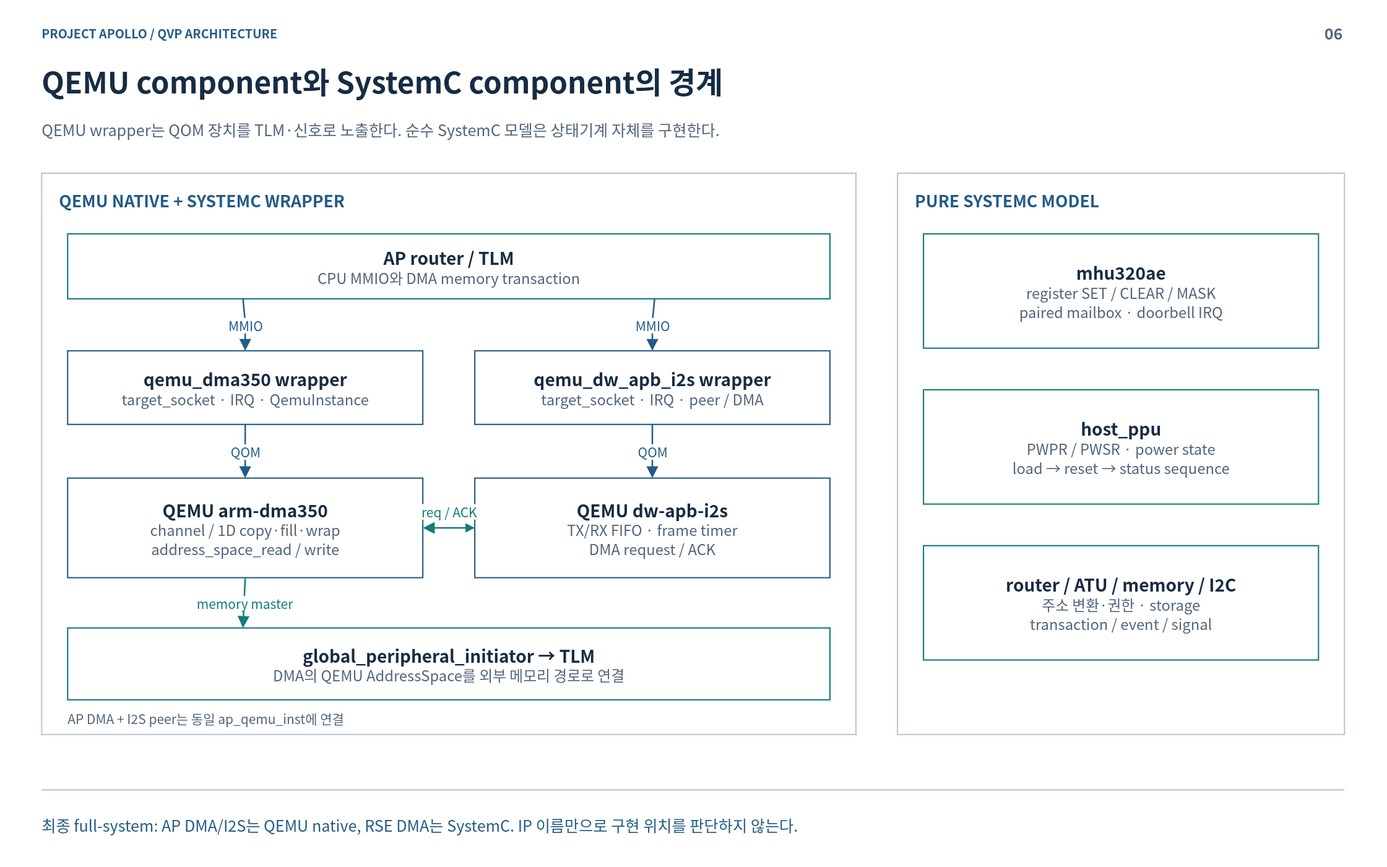
The draw.io diagram doc/phase1/qbox/diagrams/06-model-boundary.drawio.svg in cometzero/project-apollo, before a commit. Source tidied: cells renumbered, new cells last; positions are measured from the earlier drawing's top-left corner, leaving out a move shared by most shapes.
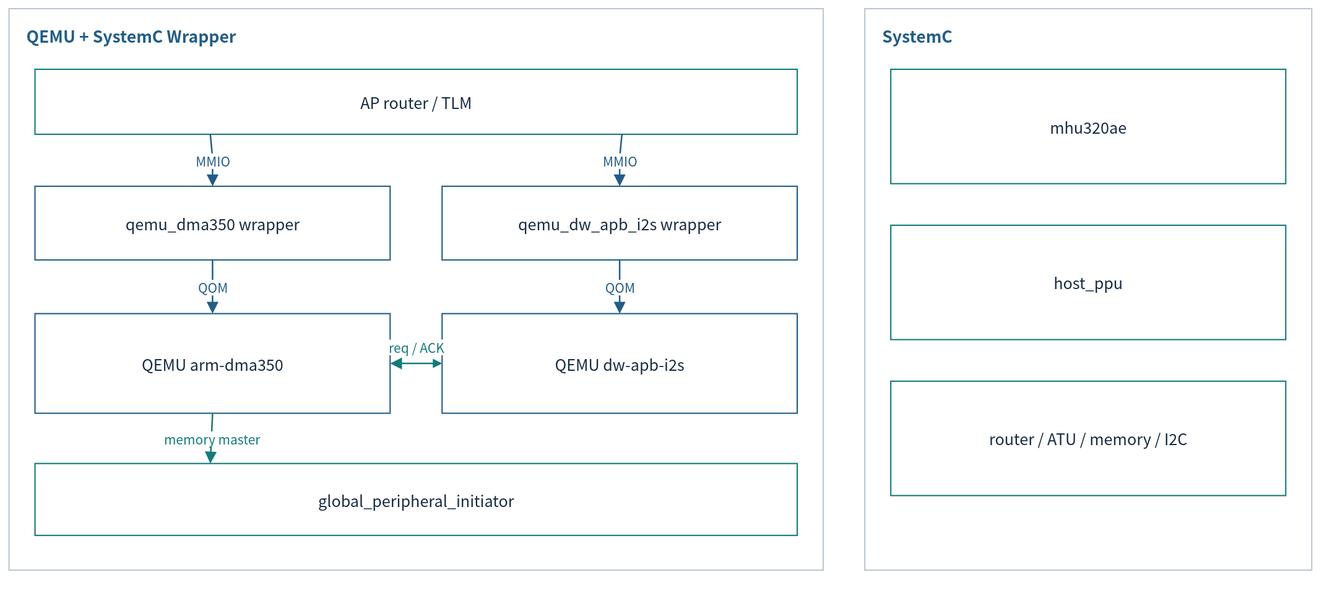
The same diagram one commit later.

What changed in the source:
```diff
@@ -2,55 +2,31 @@
   <root>
     <mxCell id="0" />
     <mxCell id="1" parent="0" />
-    <mxCell id="2" style="rounded=0;whiteSpace=wrap;html=1;fillColor=#FFFFFF;strokeColor=none;strokeWidth=1.5;fontColor=#172C43;fontFamily=Noto Sans CJK KR;fontSize=18;spacing=14;" parent="1" vertex="1">
-      <mxGeometry width="1600" height="1000" as="geometry" />
-    </mxCell>
-    <mxCell id="3" value="PROJECT APOLLO  /  QVP ARCHITECTURE" style="rounded=0;whiteSpace=wrap;html=1;fillColor=#FFFFFF;strokeColor=none;strokeWidth=1.5;fontColor=#172C43;fontFamily=Noto Sans CJK KR;fontSize=18;spacing=14;fillColor=none;align=left;verticalAlign=middle;spacing=0;fontSize=14;fontColor=#235D86;fontStyle=1;" parent="1" vertex="1">
-      <mxGeometry x="48" y="26" width="1400" height="24" as="geometry" />
-    </mxCell>
-    <mxCell id="4" value="06" style="rounded=0;whiteSpace=wrap;html=1;fillColor=#FFFFFF;strokeColor=none;strokeWidth=1.5;fontColor=#172C43;fontFamily=Noto Sans CJK KR;fontSize=18;spacing=14;fillColor=none;align=right;verticalAlign=middle;spacing=0;fontSize=18;fontColor=#52657A;fontStyle=1;" parent="1" vertex="1">
-      <mxGeometry x="1485" y="23" width="65" height="30" as="geometry" />
-    </mxCell>
-    <mxCell id="5" value="QEMU component와 SystemC component의 경계" style="rounded=0;whiteSpace=wrap;html=1;fillColor=#FFFFFF;strokeColor=none;strokeWidth=1.5;fontColor=#172C43;fontFamily=Noto Sans CJK KR;fontSize=18;spacing=14;fillColor=none;align=left;verticalAlign=middle;spacing=0;fontSize=34;fontColor=#172C43;fontStyle=1;" parent="1" vertex="1">
-      <mxGeometry x="48" y="67" width="1504" height="54" as="geometry" />
-    </mxCell>
-    <mxCell id="6" value="QEMU wrapper는 QOM 장치를 TLM·신호로 노출한다. 순수 SystemC 모델은 상태기계 자체를 구현한다." style="rounded=0;whiteSpace=wrap;html=1;fillColor=#FFFFFF;strokeColor=none;strokeWidth=1.5;fontColor=#172C43;fontFamily=Noto Sans CJK KR;fontSize=18;spacing=14;fillColor=none;align=left;verticalAlign=middle;spacing=0;fontSize=18;fontColor=#52657A;" parent="1" vertex="1">
-      <mxGeometry x="48" y="127" width="1504" height="44" as="geometry" />
-    </mxCell>
-    <mxCell id="7" style="html=1;rounded=0;edgeStyle=none;endArrow=none;endSize=9;strokeColor=#BAC7D3;strokeWidth=1.6;fontColor=#BAC7D3;fontFamily=Noto Sans CJK KR;fontSize=15;labelBackgroundColor=#FFFFFF;" parent="1" edge="1">
-      <mxGeometry relative="1" as="geometry">
-        <mxPoint x="48" y="912" as="sourcePoint" />
-        <mxPoint x="1552" y="912" as="targetPoint" />
-      </mxGeometry>
-    </mxCell>
-    <mxCell id="8" value="최종 full-system: AP DMA/I2S는 QEMU native, RSE DMA는 SystemC. IP 이름만으로 구현 위치를 판단하지 않는다." style="rounded=0;whiteSpace=wrap;html=1;fillColor=#FFFFFF;strokeColor=none;strokeWidth=1.5;fontColor=#172C43;fontFamily=Noto Sans CJK KR;fontSize=18;spacing=14;fillColor=none;align=left;verticalAlign=middle;spacing=0;fontSize=18;fontColor=#235D86;" parent="1" vertex="1">
-      <mxGeometry x="48" y="926" width="1504" height="52" as="geometry" />
-    </mxCell>
     <mxCell id="9" style="rounded=0;whiteSpace=wrap;html=1;fillColor=#FFFFFF;strokeColor=#BAC7D3;strokeWidth=1.5;fontColor=#172C43;fontFamily=Noto Sans CJK KR;fontSize=18;spacing=14;" parent="1" vertex="1">
       <mxGeometry x="48" y="200" width="940" height="648" as="geometry" />
     </mxCell>
-    <mxCell id="10" value="QEMU NATIVE + SYSTEMC WRAPPER" style="rounded=0;whiteSpace=wrap;html=1;fillColor=#FFFFFF;strokeColor=none;strokeWidth=1.5;fontColor=#172C43;fontFamily=Noto Sans CJK KR;fontSize=18;spacing=14;fillColor=none;align=left;verticalAlign=middle;spacing=0;fontSize=19;fontColor=#235D86;fontStyle=1;" parent="1" vertex="1">
+    <mxCell id="10" value="QEMU + SystemC Wrapper" style="rounded=0;whiteSpace=wrap;html=1;fillColor=#FFFFFF;strokeColor=none;strokeWidth=1.5;fontColor=#172C43;fontFamily=Noto Sans CJK KR;fontSize=18;spacing=14;fillColor=none;align=left;verticalAlign=middle;spacing=0;fontSize=19;fontColor=#235D86;fontStyle=1;" parent="1" vertex="1">
       <mxGeometry x="68" y="215" width="900" height="32" as="geometry" />
     </mxCell>
     <mxCell id="11" style="rounded=0;whiteSpace=wrap;html=1;fillColor=#FFFFFF;strokeColor=#BAC7D3;strokeWidth=1.5;fontColor=#172C43;fontFamily=Noto Sans CJK KR;fontSize=18;spacing=14;" parent="1" vertex="1">
       <mxGeometry x="1036" y="200" width="516" height="648" as="geometry" />
     </mxCell>
-    <mxCell id="12" value="PURE SYSTEMC MODEL" style="rounded=0;whiteSpace=wrap;html=1;fillColor=#FFFFFF;strokeColor=none;strokeWidth=1.5;fontColor=#172C43;fontFamily=Noto Sans CJK KR;fontSize=18;spacing=14;fillColor=none;align=left;verticalAlign=middle;spacing=0;fontSize=19;fontColor=#235D86;fontStyle=1;" parent="1" vertex="1">
+    <mxCell id="12" value="SystemC" style="rounded=0;whiteSpace=wrap;html=1;fillColor=#FFFFFF;strokeColor=none;strokeWidth=1.5;fontColor=#172C43;fontFamily=Noto Sans CJK KR;fontSize=18;spacing=14;fillColor=none;align=left;verticalAlign=middle;spacing=0;fontSize=19;fontColor=#235D86;fontStyle=1;" parent="1" vertex="1">
       <mxGeometry x="1056" y="215" width="476" height="32" as="geometry" />
     </mxCell>
-    <mxCell id="13" value="&lt;b style=&quot;font-size:20px&quot;&gt;AP router / TLM&lt;/b&gt;&lt;br&gt;&lt;font color=&quot;#52657A&quot; style=&quot;font-size:17px&quot;&gt;CPU MMIO와 DMA memory transaction&lt;/font&gt;" style="rounded=0;whiteSpace=wrap;html=1;fillColor=#FFFFFF;strokeColor=#147B79;strokeWidth=1.5;fontColor=#172C43;fontFamily=Noto Sans CJK KR;fontSize=18;spacing=14;" parent="1" vertex="1">
+    <mxCell id="13" value="AP router / TLM" style="rounded=0;whiteSpace=wrap;html=1;fillColor=#FFFFFF;strokeColor=#147B79;strokeWidth=1.5;fontColor=#172C43;fontFamily=Noto Sans CJK KR;fontSize=18;spacing=14;" parent="1" vertex="1">
       <mxGeometry x="78" y="270" width="880" height="75" as="geometry" />
     </mxCell>
-    <mxCell id="14" value="&lt;b style=&quot;font-size:20px&quot;&gt;qemu_dma350 wrapper&lt;/b&gt;&lt;br&gt;&lt;font color=&quot;#52657A&quot; style=&quot;font-size:17px&quot;&gt;target_socket · IRQ · QemuInstance&lt;/font&gt;" style="rounded=0;whiteSpace=wrap;html=1;fillColor=#FFFFFF;strokeColor=#235D86;strokeWidth=1.5;fontColor=#172C43;fontFamily=Noto Sans CJK KR;fontSize=18;spacing=14;" parent="1" vertex="1">
+    <mxCell id="14" value="qemu_dma350 wrapper" style="rounded=0;whiteSpace=wrap;html=1;fillColor=#FFFFFF;strokeColor=#235D86;strokeWidth=1.5;fontColor=#172C43;fontFamily=Noto Sans CJK KR;fontSize=18;spacing=14;" parent="1" vertex="1">
       <mxGeometry x="78" y="405" width="410" height="85" as="geometry" />
     </mxCell>
-    <mxCell id="15" value="&lt;b style=&quot;font-size:20px&quot;&gt;qemu_dw_apb_i2s wrapper&lt;/b&gt;&lt;br&gt;&lt;font color=&quot;#52657A&quot; style=&quot;font-size:17px&quot;&gt;target_socket · IRQ · peer / DMA&lt;/font&gt;" style="rounded=0;whiteSpace=wrap;html=1;fillColor=#FFFFFF;strokeColor=#235D86;strokeWidth=1.5;fontColor=#172C43;fontFamily=Noto Sans CJK KR;fontSize=18;spacing=14;" parent="1" vertex="1">
+    <mxCell id="15" value="qemu_dw_apb_i2s wrapper" style="rounded=0;whiteSpace=wrap;html=1;fillColor=#FFFFFF;strokeColor=#235D86;strokeWidth=1.5;fontColor=#172C43;fontFamily=Noto Sans CJK KR;fontSize=18;spacing=14;" parent="1" vertex="1">
       <mxGeometry x="548" y="405" width="410" height="85" as="geometry" />
     </mxCell>
-    <mxCell id="16" value="&lt;b style=&quot;font-size:20px&quot;&gt;QEMU arm-dma350&lt;/b&gt;&lt;br&gt;&lt;font color=&quot;#52657A&quot; style=&quot;font-size:17px&quot;&gt;channel / 1D copy·fill·wrap&lt;br&gt;address_space_read / write&lt;/font&gt;" style="rounded=0;whiteSpace=wrap;html=1;fillColor=#FFFFFF;strokeColor=#235D86;strokeWidth=1.5;fontColor=#172C43;fontFamily=Noto Sans CJK KR;fontSize=18;spacing=14;" parent="1" vertex="1">
+    <mxCell id="16" value="QEMU arm-dma350" style="rounded=0;whiteSpace=wrap;html=1;fillColor=#FFFFFF;strokeColor=#235D86;strokeWidth=1.5;fontColor=#172C43;fontFamily=Noto Sans CJK KR;fontSize=18;spacing=14;" parent="1" vertex="1">
       <mxGeometry x="78" y="552" width="410" height="115" as="geometry" />
     </mxCell>
-    <mxCell id="17" value="&lt;b style=&quot;font-size:20px&quot;&gt;QEMU dw-apb-i2s&lt;/b&gt;&lt;br&gt;&lt;font color=&quot;#52657A&quot; style=&quot;font-size:17px&quot;&gt;TX/RX FIFO · frame timer&lt;br&gt;DMA request / ACK&lt;/font&gt;" style="rounded=0;whiteSpace=wrap;html=1;fillColor=#FFFFFF;strokeColor=#235D86;strokeWidth=1.5;fontColor=#172C43;fontFamily=Noto Sans CJK KR;fontSize=18;spacing=14;" parent="1" vertex="1">
+    <mxCell id="17" value="QEMU dw-apb-i2s" style="rounded=0;whiteSpace=wrap;html=1;fillColor=#FFFFFF;strokeColor=#235D86;strokeWidth=1.5;fontColor=#172C43;fontFamily=Noto Sans CJK KR;fontSize=18;spacing=14;" parent="1" vertex="1">
       <mxGeometry x="548" y="552" width="410" height="115" as="geometry" />
     </mxCell>
     <mxCell id="18" value="MMIO" style="html=1;whiteSpace=nowrap;rounded=0;edgeStyle=none;endArrow=block;endFill=1;endSize=9;strokeColor=#235D86;strokeWidth=1.8;fontColor=#235D86;fontFamily=Noto Sans CJK KR;fontSize=15;labelBackgroundColor=#FFFFFF;exitX=0.23;exitY=1;exitDx=0;exitDy=0;entryX=0.5;entryY=0;entryDx=0;entryDy=0;" parent="1" edge="1" source="13" target="14">
@@ -78,23 +54,20 @@
         <mxPoint y="-20" as="offset" />
       </mxGeometry>
     </mxCell>
-    <mxCell id="23" value="&lt;b style=&quot;font-size:20px&quot;&gt;global_peripheral_initiator → TLM&lt;/b&gt;&lt;br&gt;&lt;font color=&quot;#52657A&quot; style=&quot;font-size:17px&quot;&gt;DMA의 QEMU AddressSpace를 외부 메모리 경로로 연결&lt;/font&gt;" style="rounded=0;whiteSpace=wrap;html=1;fillColor=#FFFFFF;strokeColor=#147B79;strokeWidth=1.5;fontColor=#172C43;fontFamily=Noto Sans CJK KR;fontSize=18;spacing=14;" parent="1" vertex="1">
+    <mxCell id="23" value="global_peripheral_initiator" style="rounded=0;whiteSpace=wrap;html=1;fillColor=#FFFFFF;strokeColor=#147B79;strokeWidth=1.5;fontColor=#172C43;fontFamily=Noto Sans CJK KR;fontSize=18;spacing=14;" parent="1" vertex="1">
       <mxGeometry x="78" y="725" width="880" height="83" as="geometry" />
     </mxCell>
     <mxCell id="24" value="memory master" style="html=1;whiteSpace=nowrap;rounded=0;edgeStyle=none;endArrow=block;endFill=1;endSize=9;strokeColor=#147B79;strokeWidth=1.8;fontColor=#147B79;fontFamily=Noto Sans CJK KR;fontSize=15;labelBackgroundColor=#FFFFFF;exitX=0.5;exitY=1;exitDx=0;exitDy=0;entryX=0.23;entryY=0;entryDx=0;entryDy=0;" parent="1" edge="1" source="16" target="23">
       <mxGeometry relative="1" as="geometry" />
     </mxCell>
-    <mxCell id="25" value="&lt;b style=&quot;font-size:20px&quot;&gt;mhu320ae&lt;/b&gt;&lt;br&gt;&lt;font color=&quot;#52657A&quot; style=&quot;font-size:17px&quot;&gt;register SET / CLEAR / MASK&lt;br&gt;paired mailbox · doorbell IRQ&lt;/font&gt;" style="rounded=0;whiteSpace=wrap;html=1;fillColor=#FFFFFF;strokeColor=#147B79;strokeWidth=1.5;fontColor=#172C43;fontFamily=Noto Sans CJK KR;fontSize=18;spacing=14;" parent="1" vertex="1">
+    <mxCell id="25" value="mhu320ae" style="rounded=0;whiteSpace=wrap;html=1;fillColor=#FFFFFF;strokeColor=#147B79;strokeWidth=1.5;fontColor=#172C43;fontFamily=Noto Sans CJK KR;fontSize=18;spacing=14;" parent="1" vertex="1">
       <mxGeometry x="1066" y="270" width="456" height="132" as="geometry" />
     </mxCell>
-    <mxCell id="26" value="&lt;b style=&quot;font-size:20px&quot;&gt;host_ppu&lt;/b&gt;&lt;br&gt;&lt;font color=&quot;#52657A&quot; style=&quot;font-size:17px&quot;&gt;PWPR / PWSR · power state&lt;br&gt;load → reset → status sequence&lt;/font&gt;" style="rounded=0;whiteSpace=wrap;html=1;fillColor=#FFFFFF;strokeColor=#147B79;strokeWidth=1.5;fontColor=#172C43;fontFamily=Noto Sans CJK KR;fontSize=18;spacing=14;" parent="1" vertex="1">
+    <mxCell id="26" value="host_ppu" style="rounded=0;whiteSpace=wrap;html=1;fillColor=#FFFFFF;strokeColor=#147B79;strokeWidth=1.5;fontColor=#172C43;fontFamily=Noto Sans CJK KR;fontSize=18;spacing=14;" parent="1" vertex="1">
       <mxGeometry x="1066" y="450" width="456" height="132" as="geometry" />
     </mxCell>
-    <mxCell id="27" value="&lt;b style=&quot;font-size:20px&quot;&gt;router / ATU / memory / I2C&lt;/b&gt;&lt;br&gt;&lt;font color=&quot;#52657A&quot; style=&quot;font-size:17px&quot;&gt;주소 변환·권한 · storage&lt;br&gt;transaction / event / signal&lt;/font&gt;" style="rounded=0;whiteSpace=wrap;html=1;fillColor=#FFFFFF;strokeColor=#147B79;strokeWidth=1.5;fontColor=#172C43;fontFamily=Noto Sans CJK KR;fontSize=18;spacing=14;" parent="1" vertex="1">
+    <mxCell id="27" value="router / ATU / memory / I2C" style="rounded=0;whiteSpace=wrap;html=1;fillColor=#FFFFFF;strokeColor=#147B79;strokeWidth=1.5;fontColor=#172C43;fontFamily=Noto Sans CJK KR;fontSize=18;spacing=14;" parent="1" vertex="1">
       <mxGeometry x="1066" y="630" width="456" height="132" as="geometry" />
     </mxCell>
-    <mxCell id="28" value="AP DMA + I2S peer는 동일 ap_qemu_inst에 연결" style="rounded=0;whiteSpace=wrap;html=1;fillColor=#FFFFFF;strokeColor=none;strokeWidth=1.5;fontColor=#172C43;fontFamily=Noto Sans CJK KR;fontSize=18;spacing=14;fillColor=none;align=left;verticalAlign=middle;spacing=0;fontSize=15;fontColor=#52657A;" parent="1" vertex="1">
-      <mxGeometry x="78" y="817" width="880" height="23" as="geometry" />
-    </mxCell>
   </root>
 </mxGraphModel>
```
